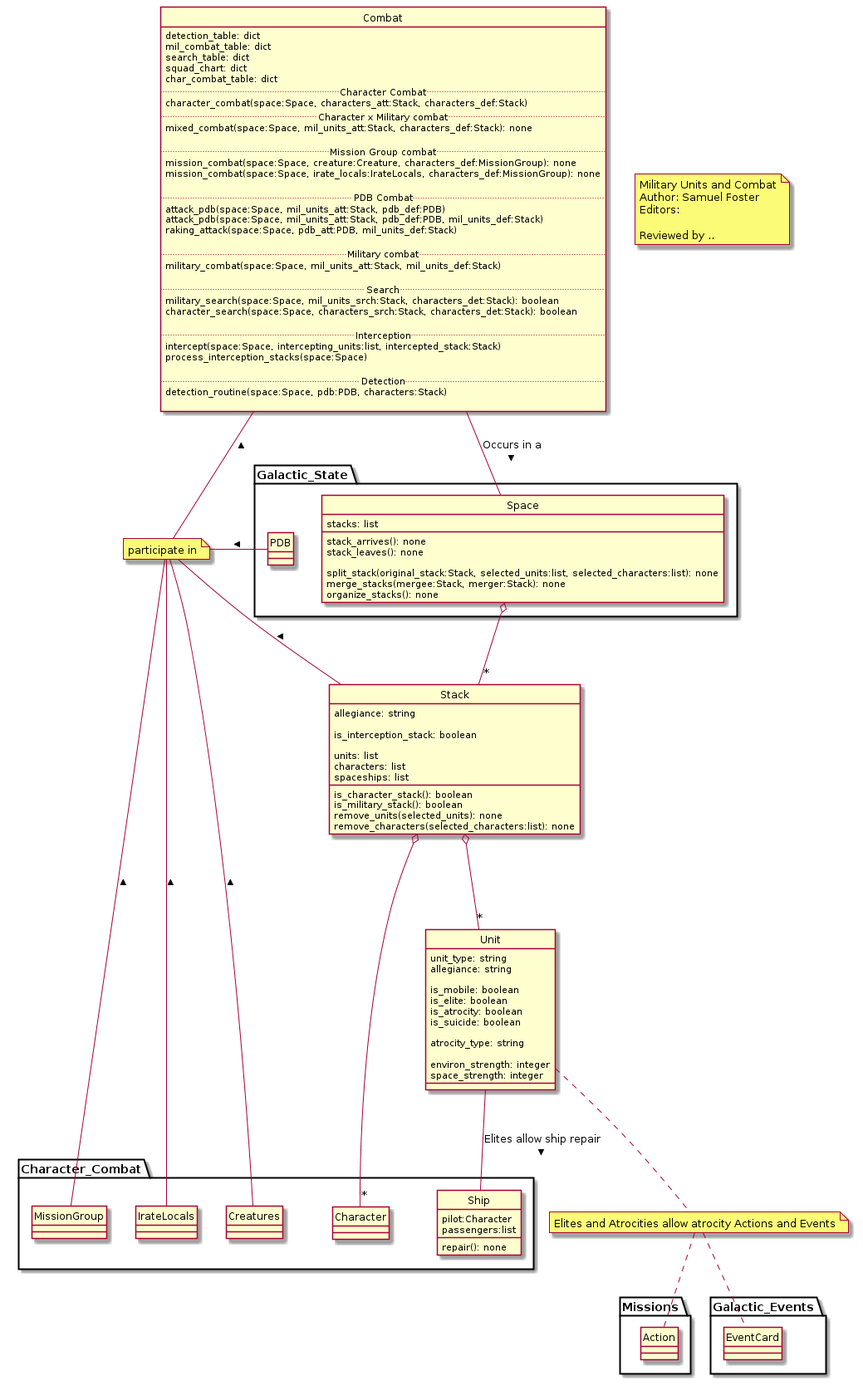
The PlantUML diagram military_combat/military_units_and_combat.png in ui-cs383/Class-Diagrams, before a commit.
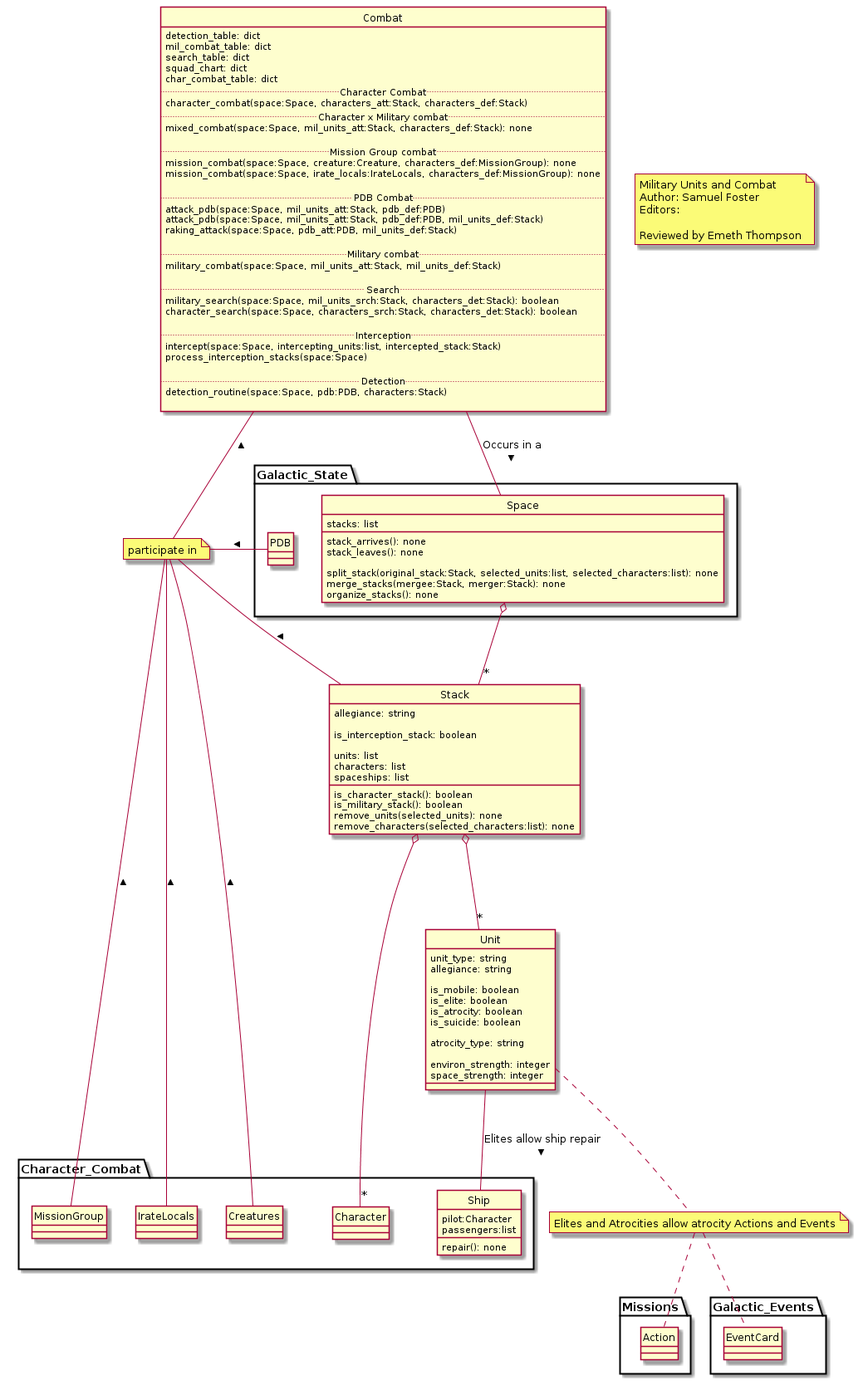
Later version of the same file.

What changed in the source:
```diff
@@ -6,7 +6,7 @@
  Author: Samuel Foster
  Editors:
 
- Reviewed by ..
+ Reviewed by Emeth Thompson
 end note
 
 class Stack {
```
